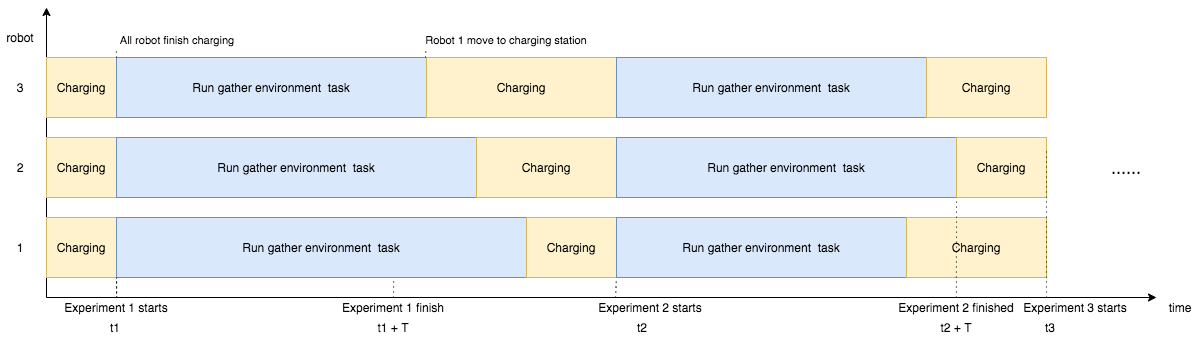
Above: Thesis/content/images/ch5/env_exp_timeline.drawio.png in xuanjiao/master_thesis (draw.io), before the change. Source tidied: cells renumbered, new cells last; positions are measured from the earlier drawing's top-left corner, leaving out a move shared by most shapes. Source of this version:
```xml
<mxGraphModel>
  <root>
    <mxCell id="0" />
    <mxCell id="1" parent="0" />
    <mxCell id="2" style="endArrow=classic;html=1;" parent="1" edge="1">
      <mxGeometry relative="1" as="geometry">
        <mxPoint x="46" y="290" as="sourcePoint" />
        <mxPoint x="1156" y="290" as="targetPoint" />
      </mxGeometry>
    </mxCell>
    <mxCell id="3" style="endArrow=classic;html=1;" parent="1" edge="1">
      <mxGeometry relative="1" as="geometry">
        <mxPoint x="46" y="290" as="sourcePoint" />
        <mxPoint x="46" as="targetPoint" />
      </mxGeometry>
    </mxCell>
    <mxCell id="4" value="Charging" style="rounded=0;whiteSpace=wrap;html=1;fillColor=#fff2cc;strokeColor=#d6b656;" parent="1" vertex="1">
      <mxGeometry x="46" y="50" width="70" height="60" as="geometry" />
    </mxCell>
    <mxCell id="5" value="Charging" style="rounded=0;whiteSpace=wrap;html=1;fillColor=#fff2cc;strokeColor=#d6b656;" parent="1" vertex="1">
      <mxGeometry x="46" y="130" width="70" height="60" as="geometry" />
    </mxCell>
    <mxCell id="6" value="Charging" style="rounded=0;whiteSpace=wrap;html=1;fillColor=#fff2cc;strokeColor=#d6b656;" parent="1" vertex="1">
      <mxGeometry x="46" y="210" width="70" height="60" as="geometry" />
    </mxCell>
    <mxCell id="7" value="Run gather environment&amp;nbsp; task" style="rounded=0;whiteSpace=wrap;html=1;fillColor=#dae8fc;strokeColor=#6c8ebf;" parent="1" vertex="1">
      <mxGeometry x="116" y="50" width="310" height="60" as="geometry" />
    </mxCell>
    <mxCell id="8" value="Run gather environment&amp;nbsp; task" style="rounded=0;whiteSpace=wrap;html=1;fillColor=#dae8fc;strokeColor=#6c8ebf;" parent="1" vertex="1">
      <mxGeometry x="116" y="130" width="360" height="60" as="geometry" />
    </mxCell>
    <mxCell id="9" value="Run gather environment&amp;nbsp; task" style="rounded=0;whiteSpace=wrap;html=1;fillColor=#dae8fc;strokeColor=#6c8ebf;" parent="1" vertex="1">
      <mxGeometry x="116" y="210" width="410" height="60" as="geometry" />
    </mxCell>
    <mxCell id="10" value="Charging" style="rounded=0;whiteSpace=wrap;html=1;fillColor=#fff2cc;strokeColor=#d6b656;" parent="1" vertex="1">
      <mxGeometry x="426" y="50" width="190" height="60" as="geometry" />
    </mxCell>
    <mxCell id="11" value="Charging" style="rounded=0;whiteSpace=wrap;html=1;fillColor=#fff2cc;strokeColor=#d6b656;" parent="1" vertex="1">
      <mxGeometry x="476" y="130" width="140" height="60" as="geometry" />
    </mxCell>
    <mxCell id="12" value="Charging" style="rounded=0;whiteSpace=wrap;html=1;fillColor=#fff2cc;strokeColor=#d6b656;" parent="1" vertex="1">
      <mxGeometry x="526" y="210" width="90" height="60" as="geometry" />
    </mxCell>
    <mxCell id="13" style="edgeStyle=orthogonalEdgeStyle;rounded=0;jettySize=auto;html=1;entryX=0;entryY=1;entryDx=0;entryDy=0;fillColor=#f5f5f5;endArrow=none;endFill=0;dashed=1;dashPattern=1 4;" parent="1" edge="1" source="14" target="9">
      <mxGeometry relative="1" as="geometry" />
    </mxCell>
    <mxCell id="14" value="Experiment 1 starts" style="text;html=1;strokeColor=none;fillColor=none;align=center;verticalAlign=middle;whiteSpace=wrap;rounded=0;" parent="1" vertex="1">
      <mxGeometry x="51" y="290" width="130" height="20" as="geometry" />
    </mxCell>
    <mxCell id="15" style="edgeStyle=orthogonalEdgeStyle;rounded=0;jettySize=auto;html=1;exitX=0.5;exitY=0;exitDx=0;exitDy=0;entryX=0.676;entryY=1.017;entryDx=0;entryDy=0;endArrow=none;endFill=0;dashed=1;dashPattern=1 4;entryPerimeter=0;" parent="1" edge="1" source="16" target="9">
      <mxGeometry relative="1" as="geometry" />
    </mxCell>
    <mxCell id="16" value="Experiment&amp;nbsp;1 finish" style="text;html=1;strokeColor=none;fillColor=none;align=center;verticalAlign=middle;whiteSpace=wrap;rounded=0;" parent="1" vertex="1">
      <mxGeometry x="328" y="290" width="130" height="20" as="geometry" />
    </mxCell>
    <mxCell id="17" style="edgeStyle=orthogonalEdgeStyle;rounded=0;jettySize=auto;html=1;entryX=1;entryY=1;entryDx=0;entryDy=0;endArrow=none;endFill=0;dashed=1;dashPattern=1 4;exitX=0.25;exitY=0;exitDx=0;exitDy=0;" parent="1" edge="1" source="18" target="12">
      <mxGeometry relative="1" as="geometry" />
    </mxCell>
    <mxCell id="18" value="Experiment&amp;nbsp;&lt;span style=&quot;text-align: left&quot;&gt;2 starts&lt;/span&gt;" style="text;html=1;strokeColor=none;fillColor=none;align=center;verticalAlign=middle;whiteSpace=wrap;rounded=0;" parent="1" vertex="1">
      <mxGeometry x="580" y="290" width="140" height="20" as="geometry" />
    </mxCell>
    <mxCell id="19" value="Run gather environment&amp;nbsp; task" style="rounded=0;whiteSpace=wrap;html=1;fillColor=#dae8fc;strokeColor=#6c8ebf;" parent="1" vertex="1">
      <mxGeometry x="616" y="50" width="310" height="60" as="geometry" />
    </mxCell>
    <mxCell id="20" value="Run gather environment&amp;nbsp; task" style="rounded=0;whiteSpace=wrap;html=1;fillColor=#dae8fc;strokeColor=#6c8ebf;" parent="1" vertex="1">
      <mxGeometry x="616" y="130" width="340" height="60" as="geometry" />
    </mxCell>
    <mxCell id="21" value="Run gather environment&amp;nbsp; task" style="rounded=0;whiteSpace=wrap;html=1;fillColor=#dae8fc;strokeColor=#6c8ebf;" parent="1" vertex="1">
      <mxGeometry x="616" y="210" width="290" height="60" as="geometry" />
    </mxCell>
    <mxCell id="22" value="Charging" style="rounded=0;whiteSpace=wrap;html=1;fillColor=#fff2cc;strokeColor=#d6b656;" parent="1" vertex="1">
      <mxGeometry x="926" y="50" width="120" height="60" as="geometry" />
    </mxCell>
    <mxCell id="23" value="Charging" style="rounded=0;whiteSpace=wrap;html=1;fillColor=#fff2cc;strokeColor=#d6b656;" parent="1" vertex="1">
      <mxGeometry x="956" y="130" width="90" height="60" as="geometry" />
    </mxCell>
    <mxCell id="24" value="Charging" style="rounded=0;whiteSpace=wrap;html=1;fillColor=#fff2cc;strokeColor=#d6b656;" parent="1" vertex="1">
      <mxGeometry x="906" y="210" width="140" height="60" as="geometry" />
    </mxCell>
    <mxCell id="25" style="edgeStyle=orthogonalEdgeStyle;rounded=0;jettySize=auto;html=1;entryX=1;entryY=1;entryDx=0;entryDy=0;endArrow=none;endFill=0;dashed=1;dashPattern=1 4;" parent="1" edge="1" source="26" target="20">
      <mxGeometry relative="1" as="geometry" />
    </mxCell>
    <mxCell id="26" value="Experiment 2 finished" style="text;html=1;strokeColor=none;fillColor=none;align=center;verticalAlign=middle;whiteSpace=wrap;rounded=0;" parent="1" vertex="1">
      <mxGeometry x="890.9" y="290" width="130" height="20" as="geometry" />
    </mxCell>
    <mxCell id="27" value="time" style="text;html=1;strokeColor=none;fillColor=none;align=center;verticalAlign=middle;whiteSpace=wrap;rounded=0;" parent="1" vertex="1">
      <mxGeometry x="1160" y="290" width="40" height="20" as="geometry" />
    </mxCell>
    <mxCell id="28" value="robot" style="text;html=1;strokeColor=none;fillColor=none;align=center;verticalAlign=middle;whiteSpace=wrap;rounded=0;" parent="1" vertex="1">
      <mxGeometry y="20" width="40" height="20" as="geometry" />
    </mxCell>
    <mxCell id="29" value="1" style="text;html=1;strokeColor=none;fillColor=none;align=center;verticalAlign=middle;whiteSpace=wrap;rounded=0;" parent="1" vertex="1">
      <mxGeometry y="230" width="40" height="20" as="geometry" />
    </mxCell>
    <mxCell id="30" value="2" style="text;html=1;strokeColor=none;fillColor=none;align=center;verticalAlign=middle;whiteSpace=wrap;rounded=0;" parent="1" vertex="1">
      <mxGeometry y="150" width="40" height="20" as="geometry" />
    </mxCell>
    <mxCell id="31" value="3" style="text;html=1;strokeColor=none;fillColor=none;align=center;verticalAlign=middle;whiteSpace=wrap;rounded=0;" parent="1" vertex="1">
      <mxGeometry y="70" width="40" height="20" as="geometry" />
    </mxCell>
    <mxCell id="32" value="......" style="text;html=1;strokeColor=none;fillColor=none;align=center;verticalAlign=middle;whiteSpace=wrap;rounded=0;fontSize=18;" parent="1" vertex="1">
      <mxGeometry x="1106" y="150" width="40" height="20" as="geometry" />
    </mxCell>
    <mxCell id="33" value="Experiment 3 starts" style="text;html=1;strokeColor=none;fillColor=none;align=center;verticalAlign=middle;whiteSpace=wrap;rounded=0;" parent="1" vertex="1">
      <mxGeometry x="1010" y="290" width="130" height="20" as="geometry" />
    </mxCell>
    <mxCell id="34" style="edgeStyle=orthogonalEdgeStyle;rounded=0;orthogonalLoop=1;jettySize=auto;html=1;entryX=1;entryY=1;entryDx=0;entryDy=0;endArrow=none;endFill=0;dashed=1;dashPattern=1 4;" parent="1" edge="1">
      <mxGeometry relative="1" as="geometry">
        <mxPoint x="1046" y="290" as="sourcePoint" />
        <mxPoint x="1046" y="140" as="targetPoint" />
      </mxGeometry>
    </mxCell>
    <mxCell id="35" style="edgeStyle=orthogonalEdgeStyle;rounded=0;orthogonalLoop=1;jettySize=auto;html=1;exitX=0.5;exitY=1;exitDx=0;exitDy=0;dashed=1;dashPattern=1 4;endArrow=none;endFill=0;strokeColor=#000000;" parent="1" edge="1" source="33" target="33">
      <mxGeometry relative="1" as="geometry" />
    </mxCell>
    <mxCell id="36" value="&lt;font style=&quot;font-size: 11px&quot;&gt;All robot finish charging&lt;/font&gt;" style="text;html=1;strokeColor=none;fillColor=none;align=center;verticalAlign=middle;whiteSpace=wrap;rounded=0;fontSize=18;" parent="1" vertex="1">
      <mxGeometry x="77.4" y="20" width="200" height="20" as="geometry" />
    </mxCell>
    <mxCell id="37" style="edgeStyle=orthogonalEdgeStyle;rounded=0;jettySize=auto;html=1;entryX=0.192;entryY=1.057;entryDx=0;entryDy=0;fillColor=#f5f5f5;endArrow=none;endFill=0;dashed=1;dashPattern=1 4;entryPerimeter=0;" parent="1" edge="1" target="36">
      <mxGeometry relative="1" as="geometry">
        <mxPoint x="116" y="50" as="sourcePoint" />
      </mxGeometry>
    </mxCell>
    <mxCell id="38" value="&lt;font style=&quot;font-size: 11px&quot;&gt;Robot 1 move to charging station&lt;/font&gt;" style="text;html=1;strokeColor=none;fillColor=none;align=center;verticalAlign=middle;whiteSpace=wrap;rounded=0;fontSize=18;" parent="1" vertex="1">
      <mxGeometry x="406" y="20" width="200" height="20" as="geometry" />
    </mxCell>
    <mxCell id="39" style="edgeStyle=orthogonalEdgeStyle;rounded=0;jettySize=auto;html=1;entryX=0.097;entryY=1;entryDx=0;entryDy=0;fillColor=#f5f5f5;endArrow=none;endFill=0;dashed=1;dashPattern=1 4;entryPerimeter=0;" parent="1" edge="1" target="38">
      <mxGeometry relative="1" as="geometry">
        <mxPoint x="425" y="50" as="sourcePoint" />
      </mxGeometry>
    </mxCell>
    <mxCell id="40" value="t1" style="text;html=1;strokeColor=none;fillColor=none;align=center;verticalAlign=middle;whiteSpace=wrap;rounded=0;" parent="1" vertex="1">
      <mxGeometry x="95" y="310" width="40" height="20" as="geometry" />
    </mxCell>
    <mxCell id="41" value="t1 + T" style="text;html=1;strokeColor=none;fillColor=none;align=center;verticalAlign=middle;whiteSpace=wrap;rounded=0;" parent="1" vertex="1">
      <mxGeometry x="373" y="310" width="40" height="20" as="geometry" />
    </mxCell>
    <mxCell id="42" value="t2" style="text;html=1;strokeColor=none;fillColor=none;align=center;verticalAlign=middle;whiteSpace=wrap;rounded=0;" parent="1" vertex="1">
      <mxGeometry x="622" y="310" width="40" height="20" as="geometry" />
    </mxCell>
    <mxCell id="43" value="t2 + T" style="text;html=1;strokeColor=none;fillColor=none;align=center;verticalAlign=middle;whiteSpace=wrap;rounded=0;" parent="1" vertex="1">
      <mxGeometry x="935.9" y="310" width="40" height="20" as="geometry" />
    </mxCell>
    <mxCell id="44" value="t3" style="text;html=1;strokeColor=none;fillColor=none;align=center;verticalAlign=middle;whiteSpace=wrap;rounded=0;" parent="1" vertex="1">
      <mxGeometry x="1030" y="310" width="40" height="20" as="geometry" />
    </mxCell>
  </root>
</mxGraphModel>
```
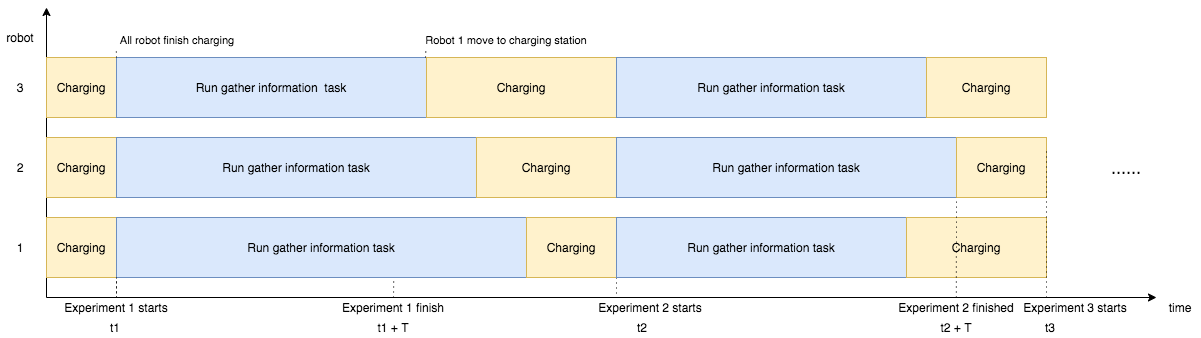
The same file after the commit.

What changed in the source:
```diff
@@ -23,13 +23,13 @@
     <mxCell id="6" value="Charging" style="rounded=0;whiteSpace=wrap;html=1;fillColor=#fff2cc;strokeColor=#d6b656;" parent="1" vertex="1">
       <mxGeometry x="46" y="210" width="70" height="60" as="geometry" />
     </mxCell>
-    <mxCell id="7" value="Run gather environment&amp;nbsp; task" style="rounded=0;whiteSpace=wrap;html=1;fillColor=#dae8fc;strokeColor=#6c8ebf;" parent="1" vertex="1">
+    <mxCell id="7" value="Run gather information&amp;nbsp; task" style="rounded=0;whiteSpace=wrap;html=1;fillColor=#dae8fc;strokeColor=#6c8ebf;" parent="1" vertex="1">
       <mxGeometry x="116" y="50" width="310" height="60" as="geometry" />
     </mxCell>
-    <mxCell id="8" value="Run gather environment&amp;nbsp; task" style="rounded=0;whiteSpace=wrap;html=1;fillColor=#dae8fc;strokeColor=#6c8ebf;" parent="1" vertex="1">
+    <mxCell id="8" value="Run gather information&amp;nbsp;task" style="rounded=0;whiteSpace=wrap;html=1;fillColor=#dae8fc;strokeColor=#6c8ebf;" parent="1" vertex="1">
       <mxGeometry x="116" y="130" width="360" height="60" as="geometry" />
     </mxCell>
-    <mxCell id="9" value="Run gather environment&amp;nbsp; task" style="rounded=0;whiteSpace=wrap;html=1;fillColor=#dae8fc;strokeColor=#6c8ebf;" parent="1" vertex="1">
+    <mxCell id="9" value="Run gather information&amp;nbsp;task" style="rounded=0;whiteSpace=wrap;html=1;fillColor=#dae8fc;strokeColor=#6c8ebf;" parent="1" vertex="1">
       <mxGeometry x="116" y="210" width="410" height="60" as="geometry" />
     </mxCell>
     <mxCell id="10" value="Charging" style="rounded=0;whiteSpace=wrap;html=1;fillColor=#fff2cc;strokeColor=#d6b656;" parent="1" vertex="1">
@@ -59,13 +59,13 @@
     <mxCell id="18" value="Experiment&amp;nbsp;&lt;span style=&quot;text-align: left&quot;&gt;2 starts&lt;/span&gt;" style="text;html=1;strokeColor=none;fillColor=none;align=center;verticalAlign=middle;whiteSpace=wrap;rounded=0;" parent="1" vertex="1">
       <mxGeometry x="580" y="290" width="140" height="20" as="geometry" />
     </mxCell>
-    <mxCell id="19" value="Run gather environment&amp;nbsp; task" style="rounded=0;whiteSpace=wrap;html=1;fillColor=#dae8fc;strokeColor=#6c8ebf;" parent="1" vertex="1">
+    <mxCell id="19" value="Run gather information&amp;nbsp;task" style="rounded=0;whiteSpace=wrap;html=1;fillColor=#dae8fc;strokeColor=#6c8ebf;" parent="1" vertex="1">
       <mxGeometry x="616" y="50" width="310" height="60" as="geometry" />
     </mxCell>
-    <mxCell id="20" value="Run gather environment&amp;nbsp; task" style="rounded=0;whiteSpace=wrap;html=1;fillColor=#dae8fc;strokeColor=#6c8ebf;" parent="1" vertex="1">
+    <mxCell id="20" value="Run gather information&amp;nbsp;task" style="rounded=0;whiteSpace=wrap;html=1;fillColor=#dae8fc;strokeColor=#6c8ebf;" parent="1" vertex="1">
       <mxGeometry x="616" y="130" width="340" height="60" as="geometry" />
     </mxCell>
-    <mxCell id="21" value="Run gather environment&amp;nbsp; task" style="rounded=0;whiteSpace=wrap;html=1;fillColor=#dae8fc;strokeColor=#6c8ebf;" parent="1" vertex="1">
+    <mxCell id="21" value="Run gather information&amp;nbsp;task" style="rounded=0;whiteSpace=wrap;html=1;fillColor=#dae8fc;strokeColor=#6c8ebf;" parent="1" vertex="1">
       <mxGeometry x="616" y="210" width="290" height="60" as="geometry" />
     </mxCell>
     <mxCell id="22" value="Charging" style="rounded=0;whiteSpace=wrap;html=1;fillColor=#fff2cc;strokeColor=#d6b656;" parent="1" vertex="1">
```
